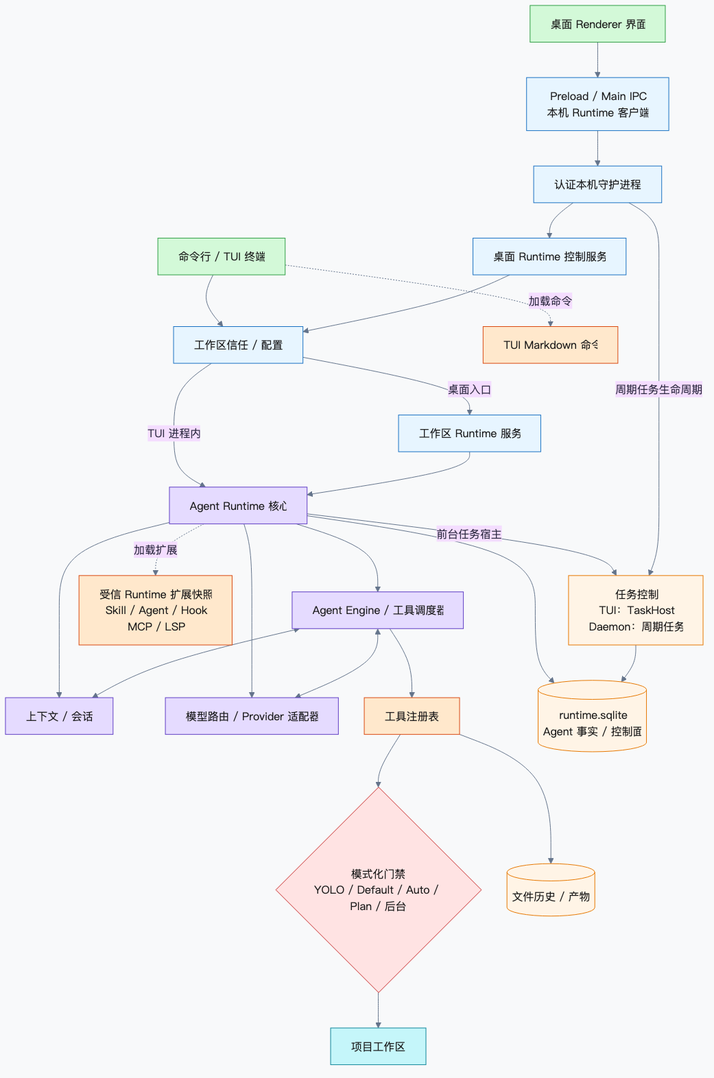
Above: docs/readme-assets/pico-harness-architecture.png in 99Gaoxiaoqi/pico-harness (Mermaid), before the change. Its source is kept beside it as docs/readme-assets/pico-harness-architecture.mmd.
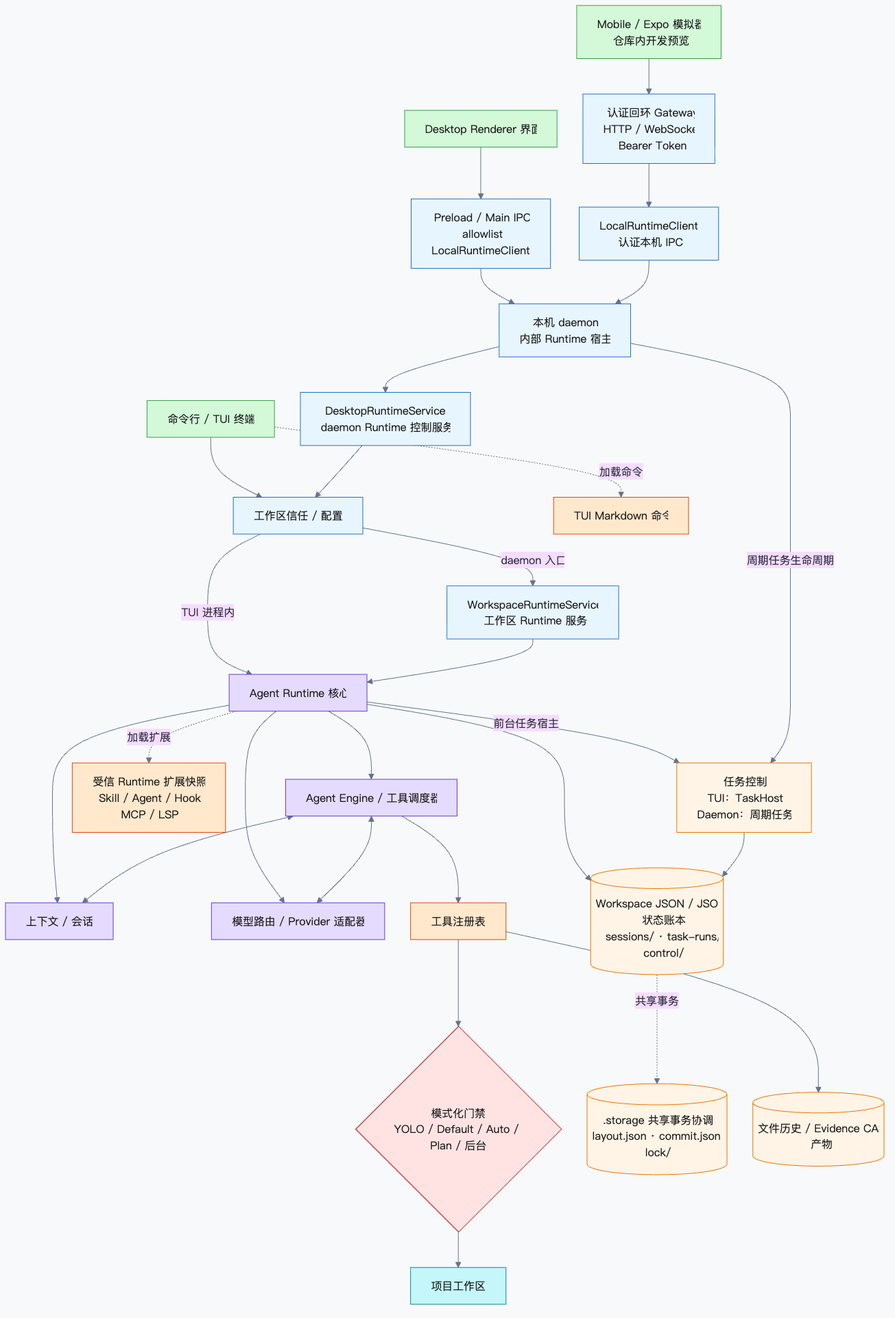
The same diagram one commit later.

Commit message:
docs(readme): 更新产品入口与架构图

Diff of the diagram source:
```diff
@@ -1,13 +1,16 @@
 %%{init: {"theme":"base","themeVariables":{"background":"#F8F9FA","fontFamily":"Arial, PingFang SC, sans-serif","lineColor":"#64748B","primaryTextColor":"#2F2B42"},"flowchart":{"curve":"basis","nodeSpacing":38,"rankSpacing":52}}}%%
 flowchart TB
   TUI["命令行 / TUI 终端"]
-  DESKTOP["桌面 Renderer 界面"]
+  DESKTOP["Desktop Renderer 界面"]
+  MOBILE["Mobile / Expo 模拟器<br/>仓库内开发预览"]
 
-  BRIDGE["Preload / Main IPC<br/>本机 Runtime 客户端"]
-  DAEMON["认证本机守护进程"]
-  DRS["桌面 Runtime 控制服务"]
+  BRIDGE["Preload / Main IPC<br/>allowlist<br/>LocalRuntimeClient&nbsp;"]
+  GATEWAY["认证回环 Gateway<br/>HTTP / WebSocket<br/>Bearer Token"]
+  MOBILE_CLIENT["LocalRuntimeClient&nbsp;<br/>认证本机 IPC"]
+  DAEMON["本机 daemon<br/>内部 Runtime 宿主"]
+  DRS["DesktopRuntimeService&nbsp;<br/>daemon Runtime 控制服务"]
   TRUST["工作区信任 / 配置"]
-  WRS["工作区 Runtime 服务"]
+  WRS["WorkspaceRuntimeService&nbsp;<br/>工作区 Runtime 服务"]
 
   RUNTIME["Agent Runtime 核心"]
   ENGINE["Agent Engine / 工具调度器"]
@@ -20,13 +23,15 @@
   COMMANDS["TUI Markdown 命令"]
   TASKS["任务控制<br/>TUI：TaskHost<br/>Daemon：周期任务"]
   PROJECT["项目工作区"]
-  DATABASE[("Runtime JSON / JSONL<br/>Agent 事实 / 控制面")]
-  SIDECAR[("文件历史 / 产物")]
+  STATE[("Workspace JSON / JSONL<br/>状态账本<br/>sessions/ · task-runs/<br/>control/")]
+  COORD[(".storage 共享事务协调<br/>layout.json · commit.json&nbsp;<br/>lock/")]
+  SIDECAR[("文件历史 / Evidence CAS<br/>产物")]
 
   TUI --> TRUST
   DESKTOP --> BRIDGE --> DAEMON --> DRS --> TRUST
+  MOBILE --> GATEWAY --> MOBILE_CLIENT --> DAEMON
   TRUST -->|TUI 进程内| RUNTIME
-  TRUST -->|桌面入口| WRS --> RUNTIME
+  TRUST -->|daemon 入口| WRS --> RUNTIME
 
   RUNTIME --> ENGINE
   RUNTIME --> CONTEXT
@@ -39,8 +44,9 @@
   TUI -.->|加载命令| COMMANDS
   RUNTIME -->|前台任务宿主| TASKS
   DAEMON -->|周期任务生命周期| TASKS
-  RUNTIME --> DATABASE
-  TASKS --> DATABASE
+  RUNTIME --> STATE
+  TASKS --> STATE
+  STATE -.->|共享事务| COORD
   REGISTRY --> SIDECAR
 
   classDef input fill:#d3f9d8,stroke:#2f9e44,color:#1a1a1a
@@ -50,10 +56,10 @@
   classDef output fill:#c5f6fa,stroke:#0c8599,color:#1a1a1a
   classDef storage fill:#fff4e6,stroke:#e67700,color:#1a1a1a
   classDef meta fill:#e7f5ff,stroke:#1971c2,color:#1a1a1a
-  class TUI,DESKTOP input
+  class TUI,DESKTOP,MOBILE input
   class RUNTIME,ENGINE,CONTEXT,PROVIDER process
   class GATES decision
   class REGISTRY,EXT,COMMANDS action
   class PROJECT output
-  class DATABASE,TASKS,SIDECAR storage
-  class BRIDGE,DAEMON,DRS,TRUST,WRS meta
+  class STATE,COORD,TASKS,SIDECAR storage
+  class BRIDGE,GATEWAY,MOBILE_CLIENT,DAEMON,DRS,TRUST,WRS meta
```
